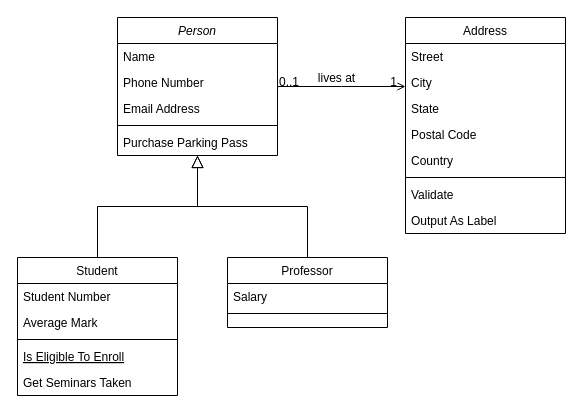
ahmadzakiakmal/Gama-CommuteCast keeps this draw.io diagram as page "Class Diagram - IoT" (2 of 2) of Untitled Diagram.drawio. Above is the earlier version. Source tidied: cells renumbered, new cells numbered last; positions are measured from the earlier drawing's top-left corner, leaving out a move shared by most shapes. Both pictures are drawn from the tidied source at 100%, with x=0, y=0 at pixel (17, 17).
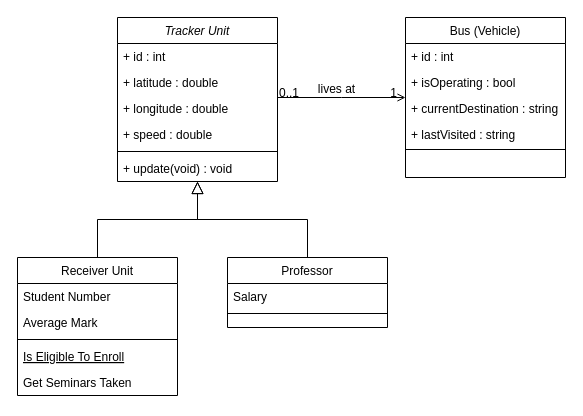
The same page after the edit.

Commit message:
Update Class Diagram

What changed in the source:
```diff
@@
-    <mxCell id="2" value="Person" style="swimlane;fontStyle=2;align=center;verticalAlign=top;horizontal=1;startSize=26;rounded=0;shadow=0;strokeWidth=1;" parent="1" vertex="1">
-      <mxGeometry x="100" width="160" height="138" as="geometry" />
+    <mxCell id="2" value="Tracker Unit" style="swimlane;fontStyle=2;align=center;verticalAlign=top;horizontal=1;startSize=26;rounded=0;shadow=0;strokeWidth=1;" parent="1" vertex="1">
+      <mxGeometry x="100" width="160" height="164" as="geometry" />
     </mxCell>
-    <mxCell id="3" value="Name" style="text;align=left;verticalAlign=top;spacingLeft=4;spacingRight=4;overflow=hidden;" parent="2" vertex="1">
+    <mxCell id="3" value="+ id : int" style="text;align=left;verticalAlign=top;spacingLeft=4;spacingRight=4;overflow=hidden;" parent="2" vertex="1">
       <mxGeometry y="26" width="160" height="26" as="geometry" />
     </mxCell>
-    <mxCell id="4" value="Phone Number" style="text;align=left;verticalAlign=top;spacingLeft=4;spacingRight=4;overflow=hidden;rounded=0;shadow=0;html=0;" parent="2" vertex="1">
+    <mxCell id="4" value="+ latitude : double" style="text;align=left;verticalAlign=top;spacingLeft=4;spacingRight=4;overflow=hidden;rounded=0;shadow=0;html=0;" parent="2" vertex="1">
       <mxGeometry y="52" width="160" height="26" as="geometry" />
     </mxCell>
-    <mxCell id="5" value="Email Address" style="text;align=left;verticalAlign=top;spacingLeft=4;spacingRight=4;overflow=hidden;rounded=0;shadow=0;html=0;" parent="2" vertex="1">
+    <mxCell id="5" value="+ longitude : double" style="text;align=left;verticalAlign=top;spacingLeft=4;spacingRight=4;overflow=hidden;rounded=0;shadow=0;html=0;" parent="2" vertex="1">
       <mxGeometry y="78" width="160" height="26" as="geometry" />
     </mxCell>
+    <mxCell id="32" value="+ speed : double" style="text;align=left;verticalAlign=top;spacingLeft=4;spacingRight=4;overflow=hidden;rounded=0;shadow=0;html=0;" parent="2" vertex="1">
+      <mxGeometry y="104" width="160" height="26" as="geometry" />
+    </mxCell>
     <mxCell id="6" style="line;html=1;strokeWidth=1;align=left;verticalAlign=middle;spacingTop=-1;spacingLeft=3;spacingRight=3;labelPosition=right;" parent="2" vertex="1">
-      <mxGeometry y="104" width="160" height="8" as="geometry" />
+      <mxGeometry y="130" width="160" height="8" as="geometry" />
     </mxCell>
-    <mxCell id="7" value="Purchase Parking Pass" style="text;align=left;verticalAlign=top;spacingLeft=4;spacingRight=4;overflow=hidden;" parent="2" vertex="1">
-      <mxGeometry y="112" width="160" height="26" as="geometry" />
+    <mxCell id="7" value="+ update(void) : void" style="text;align=left;verticalAlign=top;spacingLeft=4;spacingRight=4;overflow=hidden;" parent="2" vertex="1">
+      <mxGeometry y="138" width="160" height="26" as="geometry" />
     </mxCell>
-    <mxCell id="8" value="Student" style="swimlane;fontStyle=0;align=center;verticalAlign=top;horizontal=1;startSize=26;rounded=0;shadow=0;strokeWidth=1;" parent="1" vertex="1">
+    <mxCell id="8" value="Receiver Unit" style="swimlane;fontStyle=0;align=center;verticalAlign=top;horizontal=1;startSize=26;rounded=0;shadow=0;strokeWidth=1;" parent="1" vertex="1">
       <mxGeometry y="240" width="160" height="138" as="geometry" />
     </mxCell>
@@
-    <mxCell id="19" value="Address" style="swimlane;fontStyle=0;align=center;verticalAlign=top;horizontal=1;startSize=26;rounded=0;shadow=0;strokeWidth=1;" parent="1" vertex="1">
-      <mxGeometry x="388" width="160" height="216" as="geometry" />
+    <mxCell id="19" value="Bus (Vehicle)" style="swimlane;fontStyle=0;align=center;verticalAlign=top;horizontal=1;startSize=26;rounded=0;shadow=0;strokeWidth=1;" parent="1" vertex="1">
+      <mxGeometry x="388" width="160" height="160" as="geometry" />
     </mxCell>
-    <mxCell id="20" value="Street" style="text;align=left;verticalAlign=top;spacingLeft=4;spacingRight=4;overflow=hidden;" parent="19" vertex="1">
+    <mxCell id="20" value="+ id : int" style="text;align=left;verticalAlign=top;spacingLeft=4;spacingRight=4;overflow=hidden;" parent="19" vertex="1">
       <mxGeometry y="26" width="160" height="26" as="geometry" />
     </mxCell>
-    <mxCell id="21" value="City" style="text;align=left;verticalAlign=top;spacingLeft=4;spacingRight=4;overflow=hidden;rounded=0;shadow=0;html=0;" parent="19" vertex="1">
+    <mxCell id="21" value="+ isOperating : bool" style="text;align=left;verticalAlign=top;spacingLeft=4;spacingRight=4;overflow=hidden;rounded=0;shadow=0;html=0;" parent="19" vertex="1">
       <mxGeometry y="52" width="160" height="26" as="geometry" />
     </mxCell>
-    <mxCell id="22" value="State" style="text;align=left;verticalAlign=top;spacingLeft=4;spacingRight=4;overflow=hidden;rounded=0;shadow=0;html=0;" parent="19" vertex="1">
-      <mxGeometry y="78" width="160" height="26" as="geometry" />
-    </mxCell>
-    <mxCell id="23" value="Postal Code" style="text;align=left;verticalAlign=top;spacingLeft=4;spacingRight=4;overflow=hidden;rounded=0;shadow=0;html=0;" parent="19" vertex="1">
-      <mxGeometry y="104" width="160" height="26" as="geometry" />
+    <mxCell id="23" value="+ currentDestination : string" style="text;align=left;verticalAlign=top;spacingLeft=4;spacingRight=4;overflow=hidden;rounded=0;shadow=0;html=0;" parent="19" vertex="1">
+      <mxGeometry y="78" width="160" height="26" as="geometry" />
     </mxCell>
-    <mxCell id="24" value="Country" style="text;align=left;verticalAlign=top;spacingLeft=4;spacingRight=4;overflow=hidden;rounded=0;shadow=0;html=0;" parent="19" vertex="1">
-      <mxGeometry y="130" width="160" height="26" as="geometry" />
-    </mxCell>
+    <mxCell id="33" value="+ lastVisited : string" style="text;align=left;verticalAlign=top;spacingLeft=4;spacingRight=4;overflow=hidden;rounded=0;shadow=0;html=0;" parent="19" vertex="1">
+      <mxGeometry y="104" width="160" height="26" as="geometry" />
+    </mxCell>
     <mxCell id="25" style="line;html=1;strokeWidth=1;align=left;verticalAlign=middle;spacingTop=-1;spacingLeft=3;spacingRight=3;labelPosition=right;" parent="19" vertex="1">
-      <mxGeometry y="156" width="160" height="8" as="geometry" />
+      <mxGeometry y="130" width="160" height="4" as="geometry" />
     </mxCell>
-    <mxCell id="26" value="Validate" style="text;align=left;verticalAlign=top;spacingLeft=4;spacingRight=4;overflow=hidden;" parent="19" vertex="1">
-      <mxGeometry y="164" width="160" height="26" as="geometry" />
-    </mxCell>
-    <mxCell id="27" value="Output As Label" style="text;align=left;verticalAlign=top;spacingLeft=4;spacingRight=4;overflow=hidden;" parent="19" vertex="1">
-      <mxGeometry y="190" width="160" height="26" as="geometry" />
-    </mxCell>
```
